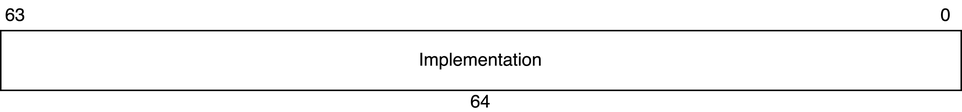
Above: basic/images/20-mmode-csr/mimpid.png in nananapo/veryl-riscv-book (draw.io), before the change. Source tidied: cells renumbered, new cells last; positions are measured from the earlier drawing's top-left corner, leaving out a move shared by most shapes. The source it was exported from:
```xml
<mxGraphModel>
  <root>
    <mxCell id="0" />
    <mxCell id="1" parent="0" />
    <mxCell id="2" value="63" style="text;html=1;align=center;verticalAlign=middle;whiteSpace=wrap;rounded=0;" parent="1" vertex="1">
      <mxGeometry width="20" height="20" as="geometry" />
    </mxCell>
    <mxCell id="3" value="0" style="text;html=1;align=center;verticalAlign=middle;whiteSpace=wrap;rounded=0;" parent="1" vertex="1">
      <mxGeometry x="620" width="20" height="20" as="geometry" />
    </mxCell>
    <mxCell id="4" style="rounded=0;whiteSpace=wrap;html=1;" parent="1" vertex="1">
      <mxGeometry y="20" width="640" height="40" as="geometry" />
    </mxCell>
    <mxCell id="5" value="Implementation" style="text;html=1;align=center;verticalAlign=middle;whiteSpace=wrap;rounded=0;" parent="1" vertex="1">
      <mxGeometry x="290" y="25" width="60" height="30" as="geometry" />
    </mxCell>
    <mxCell id="6" value="64" style="text;html=1;align=center;verticalAlign=middle;whiteSpace=wrap;rounded=0;" parent="1" vertex="1">
      <mxGeometry x="310" y="60" width="20" height="15" as="geometry" />
    </mxCell>
  </root>
</mxGraphModel>
```
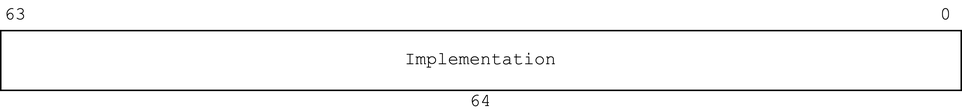
The same diagram one commit later.

Change to the diagram source:
```diff
@@ -2,19 +2,19 @@
   <root>
     <mxCell id="0" />
     <mxCell id="1" parent="0" />
-    <mxCell id="2" value="63" style="text;html=1;align=center;verticalAlign=middle;whiteSpace=wrap;rounded=0;" parent="1" vertex="1">
+    <mxCell id="2" value="63" style="text;html=1;align=center;verticalAlign=middle;whiteSpace=wrap;rounded=0;fontFamily=Courier New;" parent="1" vertex="1">
       <mxGeometry width="20" height="20" as="geometry" />
     </mxCell>
-    <mxCell id="3" value="0" style="text;html=1;align=center;verticalAlign=middle;whiteSpace=wrap;rounded=0;" parent="1" vertex="1">
+    <mxCell id="3" value="0" style="text;html=1;align=center;verticalAlign=middle;whiteSpace=wrap;rounded=0;fontFamily=Courier New;" parent="1" vertex="1">
       <mxGeometry x="620" width="20" height="20" as="geometry" />
     </mxCell>
-    <mxCell id="4" style="rounded=0;whiteSpace=wrap;html=1;" parent="1" vertex="1">
+    <mxCell id="4" style="rounded=0;whiteSpace=wrap;html=1;fontFamily=Courier New;" parent="1" vertex="1">
       <mxGeometry y="20" width="640" height="40" as="geometry" />
     </mxCell>
-    <mxCell id="5" value="Implementation" style="text;html=1;align=center;verticalAlign=middle;whiteSpace=wrap;rounded=0;" parent="1" vertex="1">
+    <mxCell id="5" value="Implementation" style="text;html=1;align=center;verticalAlign=middle;whiteSpace=wrap;rounded=0;fontFamily=Courier New;" parent="1" vertex="1">
       <mxGeometry x="290" y="25" width="60" height="30" as="geometry" />
     </mxCell>
-    <mxCell id="6" value="64" style="text;html=1;align=center;verticalAlign=middle;whiteSpace=wrap;rounded=0;" parent="1" vertex="1">
+    <mxCell id="6" value="64" style="text;html=1;align=center;verticalAlign=middle;whiteSpace=wrap;rounded=0;fontFamily=Courier New;" parent="1" vertex="1">
       <mxGeometry x="310" y="60" width="20" height="15" as="geometry" />
     </mxCell>
   </root>
```
